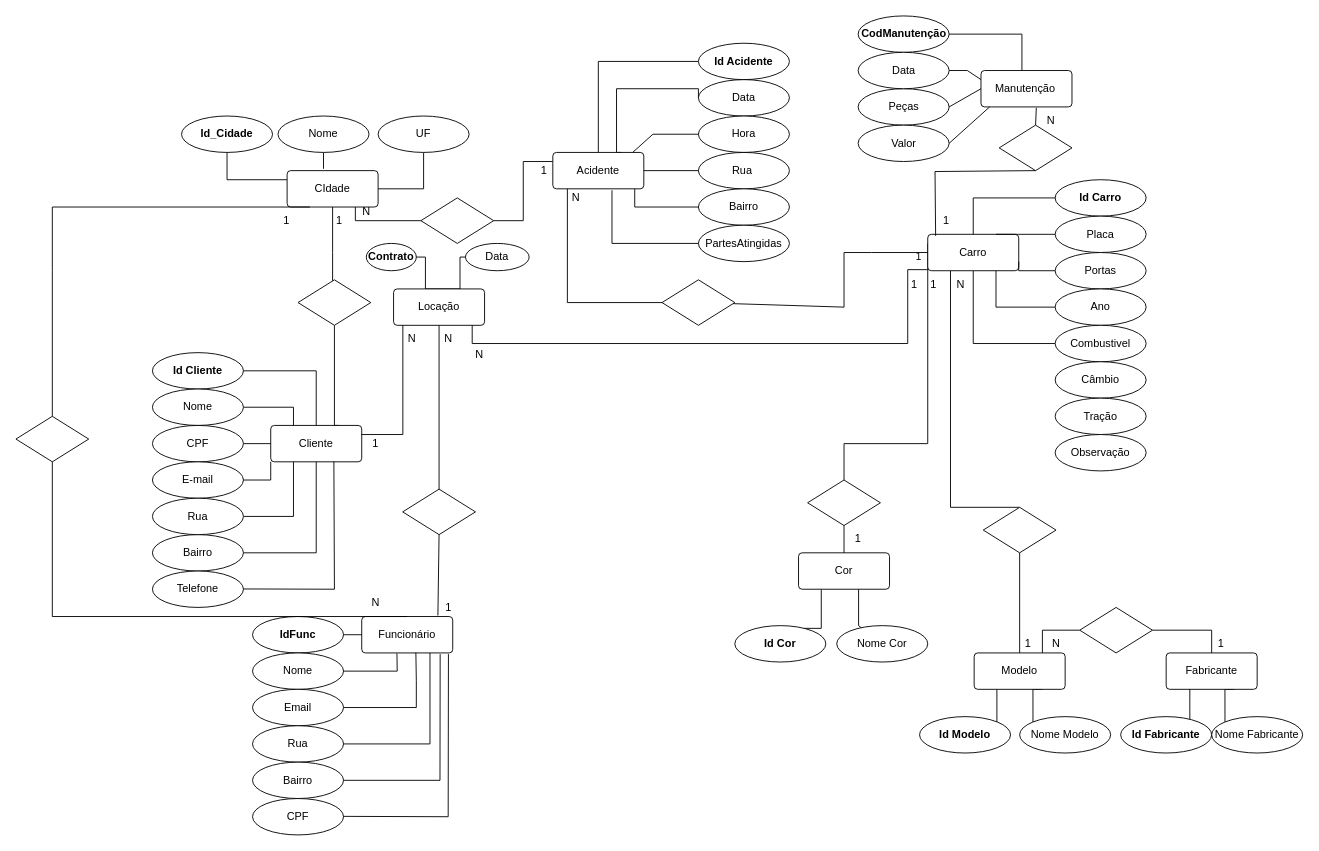
Earlier version of the draw.io diagram Diagrama Seguradora de Automóveis.drawio (Jessicabm61/BancoDeDados). Source tidied: cells renumbered, new cells numbered last; positions are measured from the earlier drawing's top-left corner, leaving out a move shared by most shapes. Both pictures are drawn from the tidied source at 91%, with x=0, y=0 at pixel (15, 15).
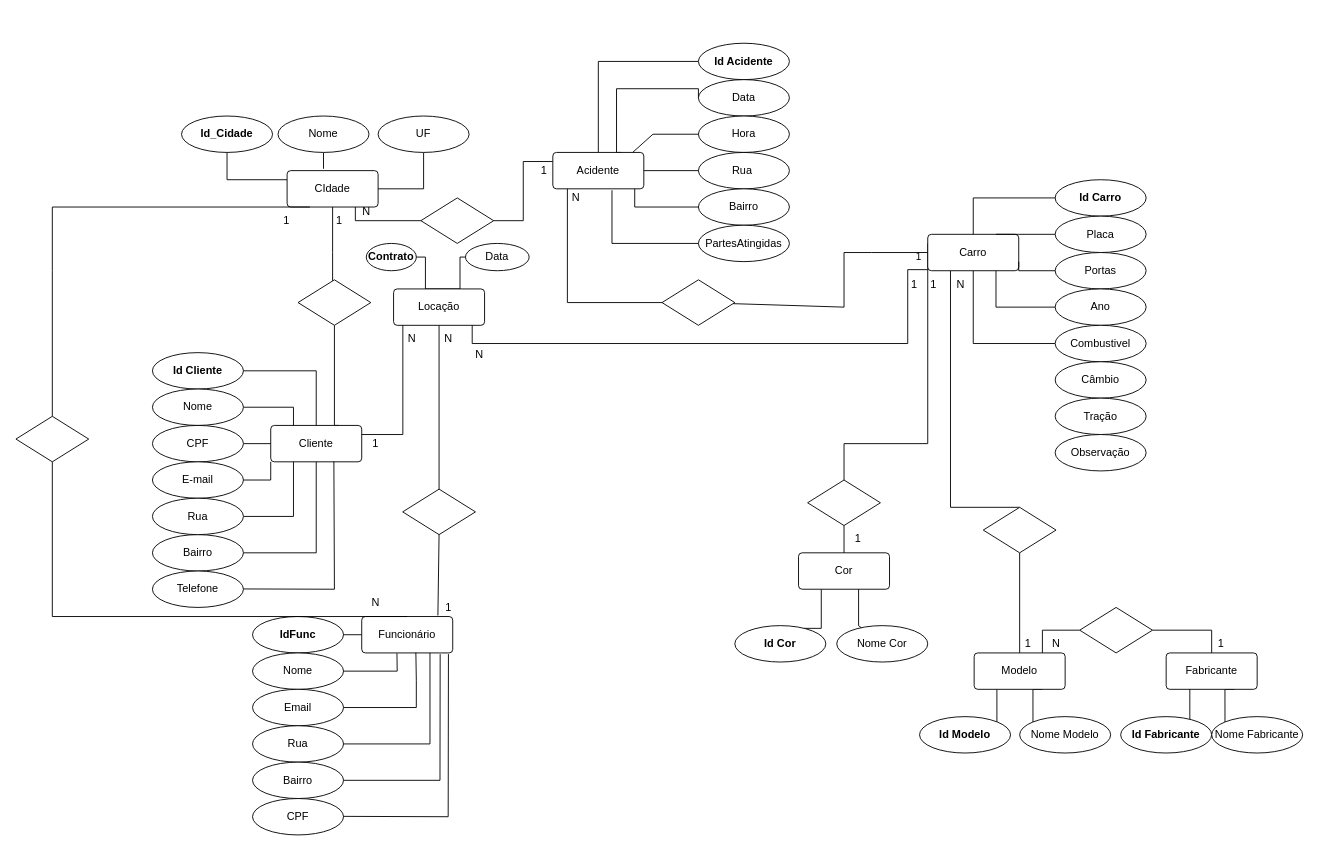
The same diagram, later.

What changed in the source:
```diff
@@
-    <mxCell id="119" value="Manutenção&amp;nbsp;" style="rounded=1;arcSize=10;whiteSpace=wrap;html=1;align=center;" parent="1" vertex="1">
-      <mxGeometry x="1060.5" y="60" width="100" height="40" as="geometry" />
-    </mxCell>
-    <mxCell id="120" value="&lt;b&gt;CodManutenção&lt;/b&gt;" style="ellipse;whiteSpace=wrap;html=1;align=center;" parent="1" vertex="1">
-      <mxGeometry x="925.5" width="100" height="40" as="geometry" />
-    </mxCell>
-    <mxCell id="121" value="Peças" style="ellipse;whiteSpace=wrap;html=1;align=center;" parent="1" vertex="1">
-      <mxGeometry x="925.5" y="80" width="100" height="40" as="geometry" />
-    </mxCell>
-    <mxCell id="122" value="Data" style="ellipse;whiteSpace=wrap;html=1;align=center;" parent="1" vertex="1">
-      <mxGeometry x="925.5" y="40" width="100" height="40" as="geometry" />
-    </mxCell>
-    <mxCell id="123" style="edgeStyle=orthogonalEdgeStyle;rounded=0;orthogonalLoop=1;jettySize=auto;html=1;exitX=0.5;exitY=1;exitDx=0;exitDy=0;" parent="1" edge="1" source="121" target="121">
-      <mxGeometry relative="1" as="geometry" />
-    </mxCell>
-    <mxCell id="124" value="Valor" style="ellipse;whiteSpace=wrap;html=1;align=center;" parent="1" vertex="1">
-      <mxGeometry x="925.5" y="120" width="100" height="40" as="geometry" />
-    </mxCell>
@@
-    <mxCell id="130" style="endArrow=none;html=1;rounded=0;entryX=0.45;entryY=0;entryDx=0;entryDy=0;entryPerimeter=0;" parent="1" edge="1" target="119">
-      <mxGeometry relative="1" as="geometry">
-        <mxPoint x="1025.5" y="20" as="sourcePoint" />
-        <Array as="points">
-          <mxPoint x="1105.5" y="20" />
-        </Array>
-      </mxGeometry>
-    </mxCell>
-    <mxCell id="131" style="endArrow=none;html=1;rounded=0;entryX=0;entryY=0.25;entryDx=0;entryDy=0;" parent="1" edge="1" target="119">
-      <mxGeometry relative="1" as="geometry">
-        <mxPoint x="1025.5" y="60" as="sourcePoint" />
-        <Array as="points">
-          <mxPoint x="1045.5" y="60" />
-        </Array>
-      </mxGeometry>
-    </mxCell>
-    <mxCell id="132" style="endArrow=none;html=1;rounded=0;entryX=0;entryY=0.5;entryDx=0;entryDy=0;" parent="1" edge="1" target="119">
-      <mxGeometry relative="1" as="geometry">
-        <mxPoint x="1025.5" y="100" as="sourcePoint" />
-      </mxGeometry>
-    </mxCell>
-    <mxCell id="133" style="endArrow=none;html=1;rounded=0;" parent="1" edge="1">
-      <mxGeometry relative="1" as="geometry">
-        <mxPoint x="1025.5" y="140" as="sourcePoint" />
-        <mxPoint x="1070" y="100" as="targetPoint" />
-      </mxGeometry>
-    </mxCell>
-    <mxCell id="134" style="endArrow=none;html=1;rounded=0;exitX=0.608;exitY=1.023;exitDx=0;exitDy=0;exitPerimeter=0;entryX=0.5;entryY=0;entryDx=0;entryDy=0;" parent="1" edge="1" source="119" target="135">
-      <mxGeometry relative="1" as="geometry" />
-    </mxCell>
-    <mxCell id="135" style="rhombus;whiteSpace=wrap;html=1;" parent="1" vertex="1">
-      <mxGeometry x="1080.5" y="120" width="80" height="50" as="geometry" />
-    </mxCell>
-    <mxCell id="136" style="endArrow=none;html=1;rounded=0;exitX=0.5;exitY=1;exitDx=0;exitDy=0;entryX=0.122;entryY=1.056;entryDx=0;entryDy=0;entryPerimeter=0;" parent="1" edge="1" source="135" target="138">
-      <mxGeometry relative="1" as="geometry">
-        <Array as="points">
-          <mxPoint x="1010" y="171" />
-        </Array>
-      </mxGeometry>
-    </mxCell>
-    <mxCell id="137" value="N" style="html=1;whiteSpace=wrap;align=right;verticalAlign=bottom;" parent="136" vertex="1">
-      <mxGeometry x="1" relative="1" as="geometry">
-        <mxPoint x="132" y="-118" as="offset" />
-      </mxGeometry>
-    </mxCell>
-    <mxCell id="138" value="1" style="text;html=1;align=center;verticalAlign=middle;points=[];strokeColor=none;fillColor=none;" parent="1" vertex="1">
-      <mxGeometry x="1007" y="210" width="30" height="30" as="geometry" />
-    </mxCell>
```
